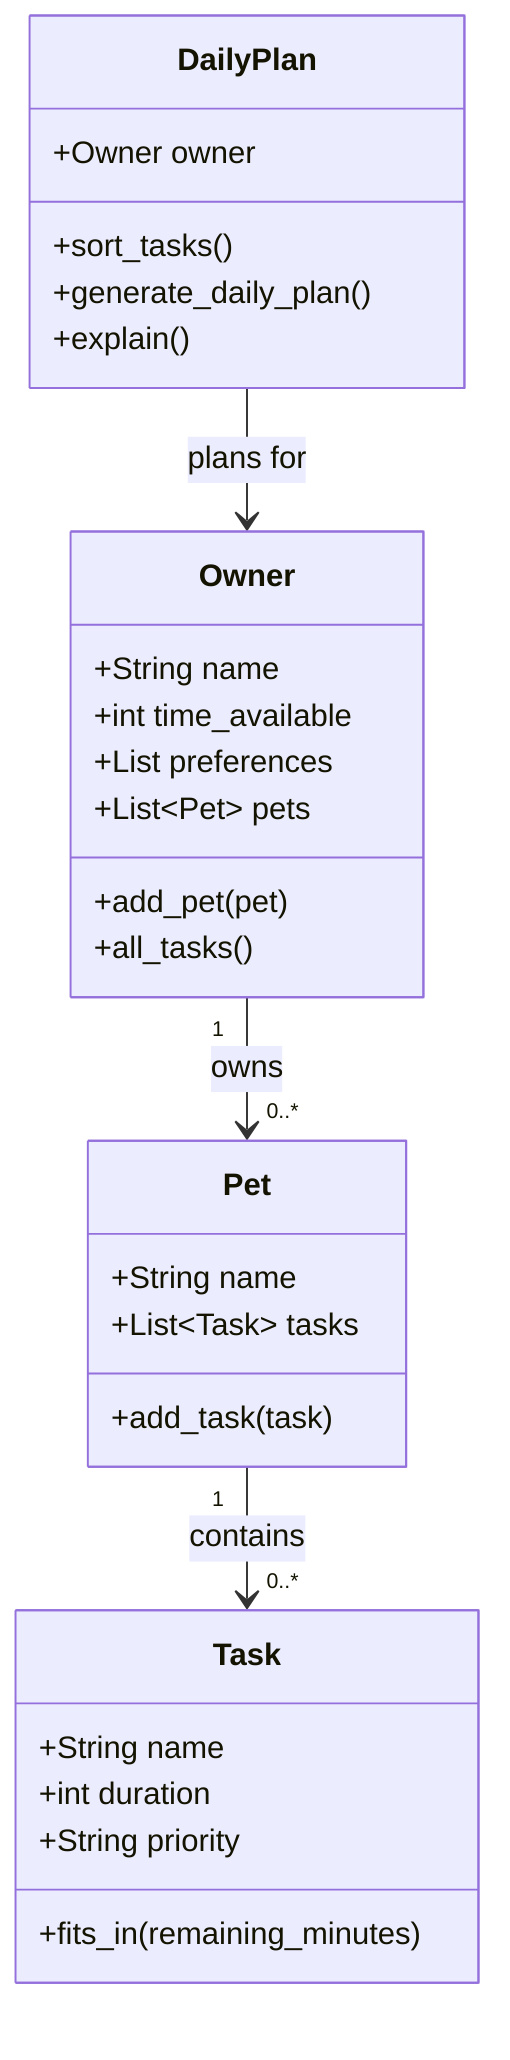
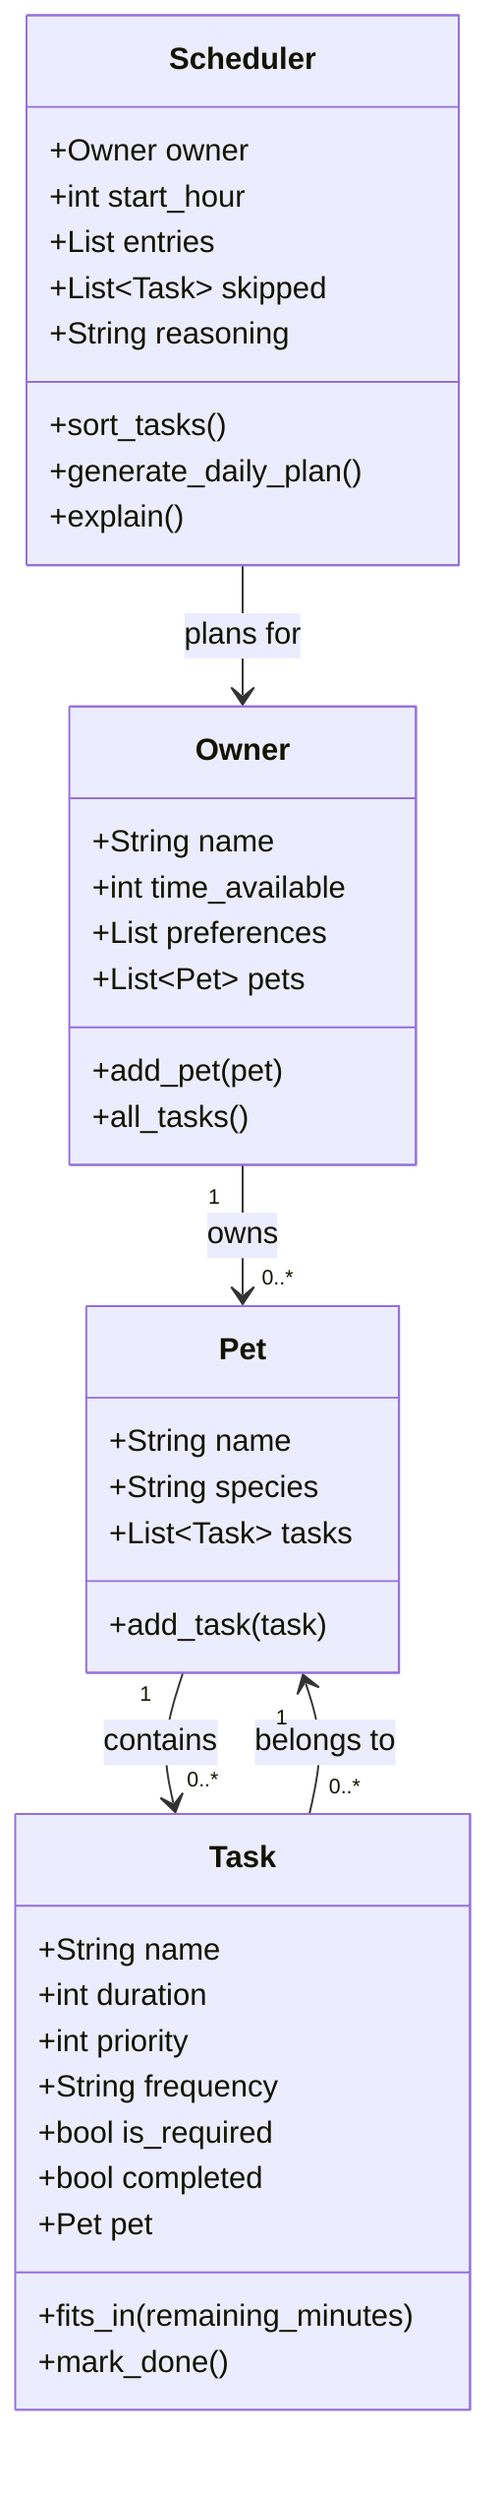
classDiagram
    class Owner {
        +String name
        +int time_available
        +List preferences
        +List~Pet~ pets
        +add_pet(pet)
        +all_tasks()
    }

    class Pet {
        +String name
+         +String species
        +List~Task~ tasks
        +add_task(task)
    }

    class Task {
        +String name
        +int duration
-         +String priority
+         +int priority
+         +String frequency
+         +bool is_required
+         +bool completed
+         +Pet pet
        +fits_in(remaining_minutes)
+         +mark_done()
    }

-     class DailyPlan {
+     class Scheduler {
        +Owner owner
+         +int start_hour
+         +List entries
+         +List~Task~ skipped
+         +String reasoning
        +sort_tasks()
        +generate_daily_plan()
        +explain()
    }

    Owner "1" --> "0..*" Pet : owns
    Pet "1" --> "0..*" Task : contains
-     DailyPlan --> Owner : plans for+     Task "0..*" --> "1" Pet : belongs to
+     Scheduler --> Owner : plans for
